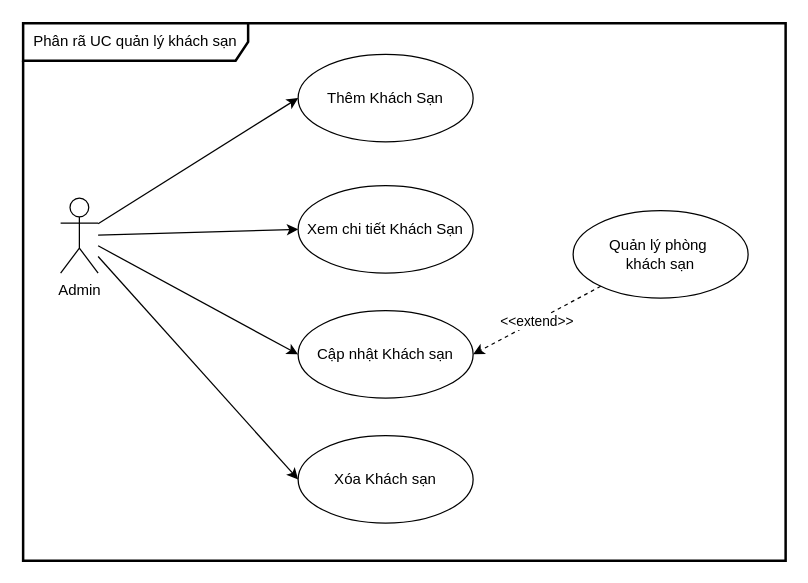
Above: page "UC_QuanLyKS" (5 of 7) of usecase-diagrams.drawio in KMA-TTCS-Nhom32/documents (draw.io), before the change. Source tidied: cells renumbered, new cells numbered last; positions are measured from the earlier drawing's top-left corner, leaving out a move shared by most shapes. Both pictures are drawn from the tidied source at 125%, with x=0, y=0 at pixel (22, 22).
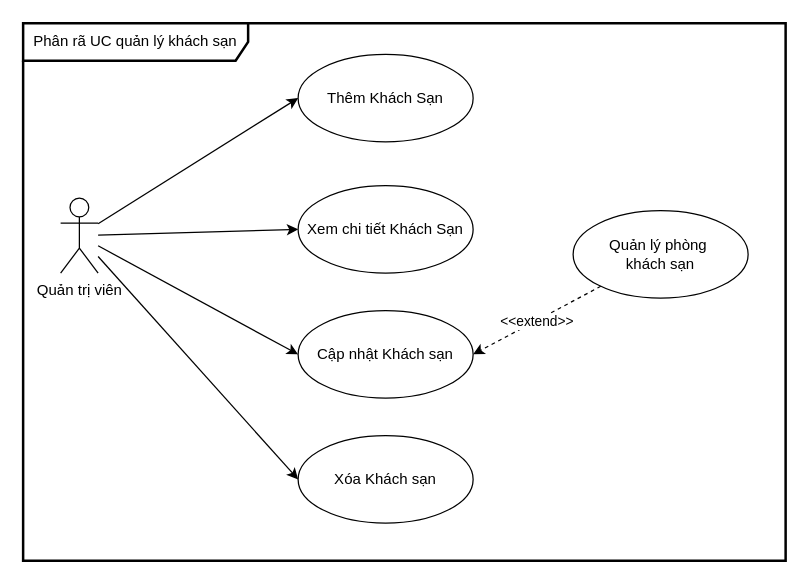
The same diagram, later.

Diff of the diagram source:
```diff
@@
 <mxGraphModel>
   <root>
     <mxCell id="0" />
     <mxCell id="1" parent="0" />
     <mxCell id="2" style="rounded=0;jettySize=auto;html=1;entryX=0;entryY=0.5;entryDx=0;entryDy=0;" parent="1" edge="1" source="6" target="7">
       <mxGeometry relative="1" as="geometry" />
     </mxCell>
     <mxCell id="3" style="rounded=0;jettySize=auto;html=1;entryX=0;entryY=0.5;entryDx=0;entryDy=0;" parent="1" edge="1" source="6" target="8">
       <mxGeometry relative="1" as="geometry" />
     </mxCell>
     <mxCell id="4" style="rounded=0;jettySize=auto;html=1;entryX=0;entryY=0.5;entryDx=0;entryDy=0;" parent="1" edge="1" source="6" target="9">
       <mxGeometry relative="1" as="geometry" />
     </mxCell>
     <mxCell id="5" style="rounded=0;jettySize=auto;html=1;entryX=0;entryY=0.5;entryDx=0;entryDy=0;" parent="1" edge="1" source="6" target="11">
       <mxGeometry relative="1" as="geometry" />
     </mxCell>
-    <mxCell id="6" value="Admin" style="shape=umlActor;verticalLabelPosition=bottom;verticalAlign=top;html=1;" parent="1" vertex="1">
+    <mxCell id="6" value="Quản trị viên" style="shape=umlActor;verticalLabelPosition=bottom;verticalAlign=top;html=1;" parent="1" vertex="1">
       <mxGeometry x="30" y="140" width="30" height="60" as="geometry" />
     </mxCell>
     <mxCell id="7" value="Thêm Khách Sạn" style="ellipse;whiteSpace=wrap;html=1;" parent="1" vertex="1">
       <mxGeometry x="220" y="25" width="140" height="70" as="geometry" />
     </mxCell>
     <mxCell id="8" value="Xem chi tiết Khách Sạn" style="ellipse;whiteSpace=wrap;html=1;" parent="1" vertex="1">
       <mxGeometry x="220" y="130" width="140" height="70" as="geometry" />
     </mxCell>
     <mxCell id="9" value="Cập nhật Khách sạn" style="ellipse;whiteSpace=wrap;html=1;" parent="1" vertex="1">
       <mxGeometry x="220" y="230" width="140" height="70" as="geometry" />
     </mxCell>
     <mxCell id="10" value="Phân rã UC quản lý khách sạn" style="shape=umlFrame;whiteSpace=wrap;html=1;width=180;height=30;strokeWidth=2;" parent="1" vertex="1">
       <mxGeometry width="610" height="430" as="geometry" />
     </mxCell>
     <mxCell id="11" value="Xóa Khách sạn" style="ellipse;whiteSpace=wrap;html=1;" parent="1" vertex="1">
       <mxGeometry x="220" y="330" width="140" height="70" as="geometry" />
     </mxCell>
     <mxCell id="12" style="rounded=0;jettySize=auto;html=1;entryX=1;entryY=0.5;entryDx=0;entryDy=0;dashed=1;" parent="1" edge="1" source="14" target="9">
       <mxGeometry relative="1" as="geometry" />
     </mxCell>
     <mxCell id="13" value="&amp;lt;&amp;lt;extend&amp;gt;&amp;gt;" style="edgeLabel;html=1;align=center;verticalAlign=middle;" parent="12" vertex="1">
       <mxGeometry x="0.02" relative="1" as="geometry" />
     </mxCell>
     <mxCell id="14" value="Quản lý phòng&amp;nbsp;&lt;div&gt;khách sạn&lt;/div&gt;" style="ellipse;whiteSpace=wrap;html=1;" parent="1" vertex="1">
       <mxGeometry x="440" y="150" width="140" height="70" as="geometry" />
     </mxCell>
   </root>
 </mxGraphModel>
```
